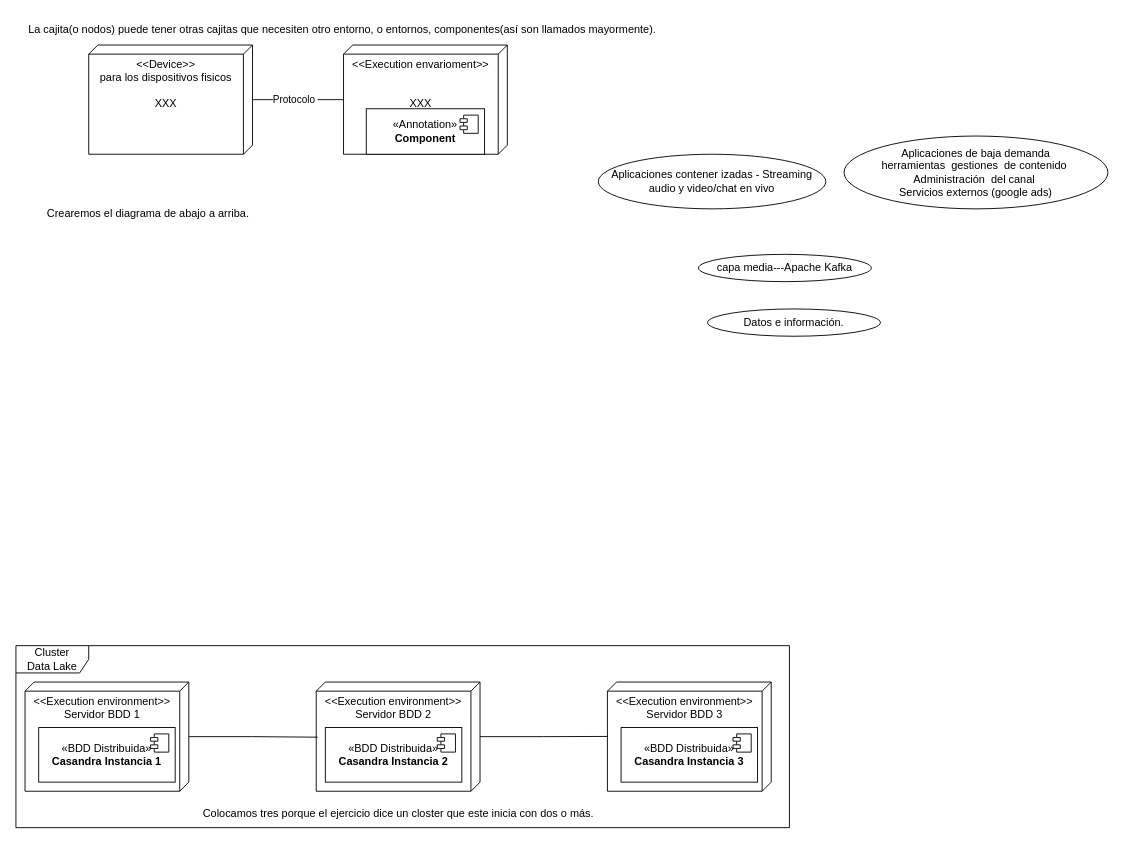
The draw.io diagram Untitled Diagram.drawio in Mundrack/Diagramas-DrawIO, before the edit. Source tidied: cells renumbered, new cells numbered last; positions are measured from the earlier drawing's top-left corner, leaving out a move shared by most shapes. Both pictures are drawn from the tidied source at 91%, with x=0, y=0 at pixel (15, 15).
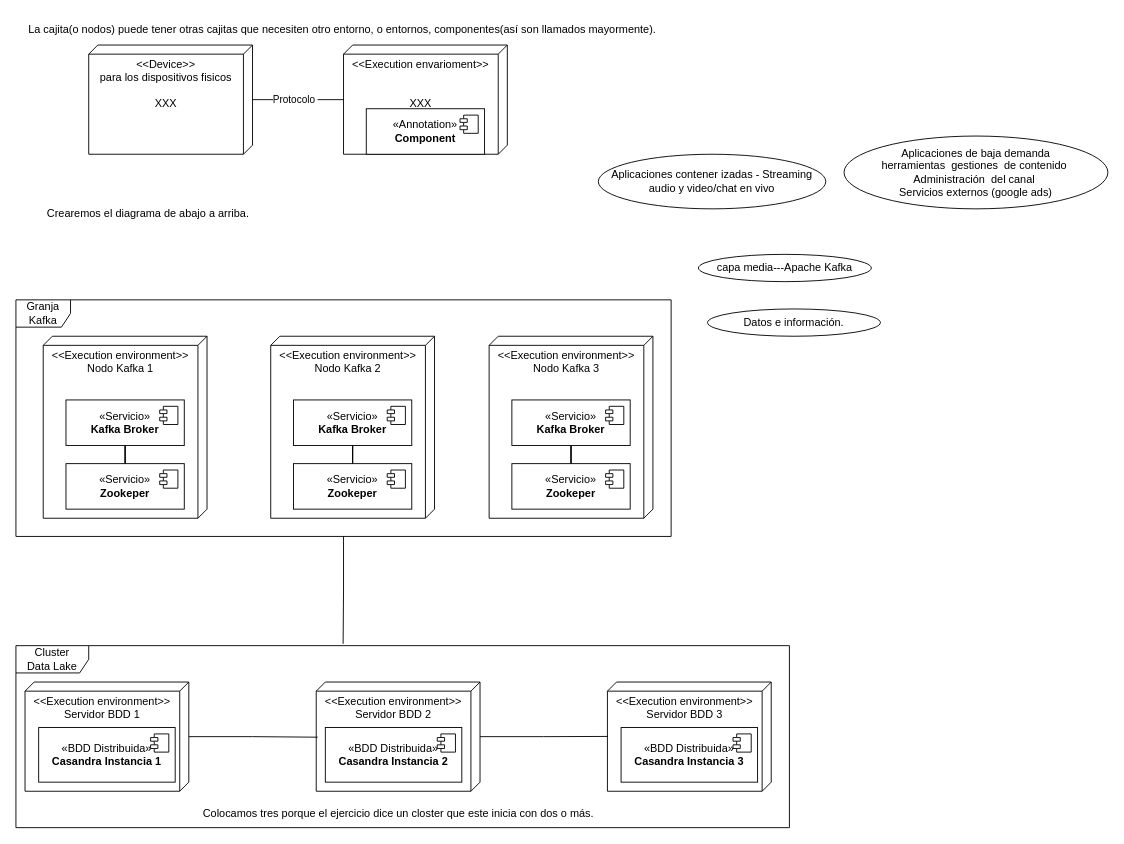
Above is the later version.

The change refers to these unchanged cells:
```xml
<mxCell id="26" value="Cluster&lt;div&gt;Data Lake&lt;/div&gt;" style="shape=umlFrame;whiteSpace=wrap;html=1;width=80;height=30;" parent="1" vertex="1">
  <mxGeometry y="692" width="850" height="200" as="geometry" />
</mxCell>
```

Diff of the diagram source:
```diff
@@
+    <mxCell id="27" value="&amp;lt;&amp;lt;Execution environment&amp;gt;&amp;gt;&lt;div&gt;Nodo Kafka 1&lt;/div&gt;" style="verticalAlign=top;align=center;spacingTop=8;spacingLeft=2;spacingRight=12;shape=cube;size=10;direction=south;fontStyle=0;html=1;whiteSpace=wrap;" parent="1" vertex="1">
+      <mxGeometry x="30" y="352" width="180" height="200" as="geometry" />
+    </mxCell>
+    <mxCell id="28" style="edgeStyle=orthogonalEdgeStyle;rounded=0;jettySize=auto;html=1;endArrow=none;endFill=0;" parent="1" edge="1" source="29" target="31">
+      <mxGeometry relative="1" as="geometry" />
+    </mxCell>
+    <mxCell id="29" value="«Servicio»&lt;br&gt;&lt;b&gt;Kafka Broker&lt;/b&gt;" style="html=1;whiteSpace=wrap;" parent="1" vertex="1">
+      <mxGeometry x="55" y="422" width="130" height="50" as="geometry" />
+    </mxCell>
+    <mxCell id="30" style="shape=module;jettyWidth=8;jettyHeight=4;" parent="29" vertex="1">
+      <mxGeometry x="1" width="20" height="20" relative="1" as="geometry">
+        <mxPoint x="-27" y="7" as="offset" />
+      </mxGeometry>
+    </mxCell>
+    <mxCell id="31" value="«Servicio»&lt;br&gt;&lt;b&gt;Zookeper&lt;/b&gt;" style="html=1;whiteSpace=wrap;" parent="1" vertex="1">
+      <mxGeometry x="55" y="492" width="130" height="50" as="geometry" />
+    </mxCell>
+    <mxCell id="32" style="shape=module;jettyWidth=8;jettyHeight=4;" parent="31" vertex="1">
+      <mxGeometry x="1" width="20" height="20" relative="1" as="geometry">
+        <mxPoint x="-27" y="7" as="offset" />
+      </mxGeometry>
+    </mxCell>
+    <mxCell id="33" value="&amp;lt;&amp;lt;Execution environment&amp;gt;&amp;gt;&lt;div&gt;Nodo Kafka 2&lt;/div&gt;" style="verticalAlign=top;align=center;spacingTop=8;spacingLeft=2;spacingRight=12;shape=cube;size=10;direction=south;fontStyle=0;html=1;whiteSpace=wrap;" parent="1" vertex="1">
+      <mxGeometry x="280" y="352" width="180" height="200" as="geometry" />
+    </mxCell>
+    <mxCell id="34" style="edgeStyle=orthogonalEdgeStyle;rounded=0;jettySize=auto;html=1;endArrow=none;endFill=0;" parent="1" edge="1" source="35" target="37">
+      <mxGeometry relative="1" as="geometry" />
+    </mxCell>
+    <mxCell id="35" value="«Servicio»&lt;br&gt;&lt;b&gt;Kafka Broker&lt;/b&gt;" style="html=1;whiteSpace=wrap;" parent="1" vertex="1">
+      <mxGeometry x="305" y="422" width="130" height="50" as="geometry" />
+    </mxCell>
+    <mxCell id="36" style="shape=module;jettyWidth=8;jettyHeight=4;" parent="35" vertex="1">
+      <mxGeometry x="1" width="20" height="20" relative="1" as="geometry">
+        <mxPoint x="-27" y="7" as="offset" />
+      </mxGeometry>
+    </mxCell>
+    <mxCell id="37" value="«Servicio»&lt;br&gt;&lt;b&gt;Zookeper&lt;/b&gt;" style="html=1;whiteSpace=wrap;" parent="1" vertex="1">
+      <mxGeometry x="305" y="492" width="130" height="50" as="geometry" />
+    </mxCell>
+    <mxCell id="38" style="shape=module;jettyWidth=8;jettyHeight=4;" parent="37" vertex="1">
+      <mxGeometry x="1" width="20" height="20" relative="1" as="geometry">
+        <mxPoint x="-27" y="7" as="offset" />
+      </mxGeometry>
+    </mxCell>
+    <mxCell id="39" value="&amp;lt;&amp;lt;Execution environment&amp;gt;&amp;gt;&lt;div&gt;Nodo Kafka 3&lt;/div&gt;" style="verticalAlign=top;align=center;spacingTop=8;spacingLeft=2;spacingRight=12;shape=cube;size=10;direction=south;fontStyle=0;html=1;whiteSpace=wrap;" parent="1" vertex="1">
+      <mxGeometry x="520" y="352" width="180" height="200" as="geometry" />
+    </mxCell>
+    <mxCell id="40" style="edgeStyle=orthogonalEdgeStyle;rounded=0;jettySize=auto;html=1;endArrow=none;endFill=0;" parent="1" edge="1" source="41" target="43">
+      <mxGeometry relative="1" as="geometry" />
+    </mxCell>
+    <mxCell id="41" value="«Servicio»&lt;br&gt;&lt;b&gt;Kafka Broker&lt;/b&gt;" style="html=1;whiteSpace=wrap;" parent="1" vertex="1">
+      <mxGeometry x="545" y="422" width="130" height="50" as="geometry" />
+    </mxCell>
+    <mxCell id="42" style="shape=module;jettyWidth=8;jettyHeight=4;" parent="41" vertex="1">
+      <mxGeometry x="1" width="20" height="20" relative="1" as="geometry">
+        <mxPoint x="-27" y="7" as="offset" />
+      </mxGeometry>
+    </mxCell>
+    <mxCell id="43" value="«Servicio»&lt;br&gt;&lt;b&gt;Zookeper&lt;/b&gt;" style="html=1;whiteSpace=wrap;" parent="1" vertex="1">
+      <mxGeometry x="545" y="492" width="130" height="50" as="geometry" />
+    </mxCell>
+    <mxCell id="44" style="shape=module;jettyWidth=8;jettyHeight=4;" parent="43" vertex="1">
+      <mxGeometry x="1" width="20" height="20" relative="1" as="geometry">
+        <mxPoint x="-27" y="7" as="offset" />
+      </mxGeometry>
+    </mxCell>
+    <mxCell id="45" value="Granja Kafka" style="shape=umlFrame;whiteSpace=wrap;html=1;" parent="1" vertex="1">
+      <mxGeometry y="312" width="720" height="260" as="geometry" />
+    </mxCell>
+    <mxCell id="46" style="edgeStyle=orthogonalEdgeStyle;rounded=0;jettySize=auto;html=1;entryX=0.423;entryY=-0.01;entryDx=0;entryDy=0;entryPerimeter=0;endArrow=none;endFill=0;" parent="1" edge="1" source="45" target="26">
+      <mxGeometry relative="1" as="geometry" />
+    </mxCell>
```
